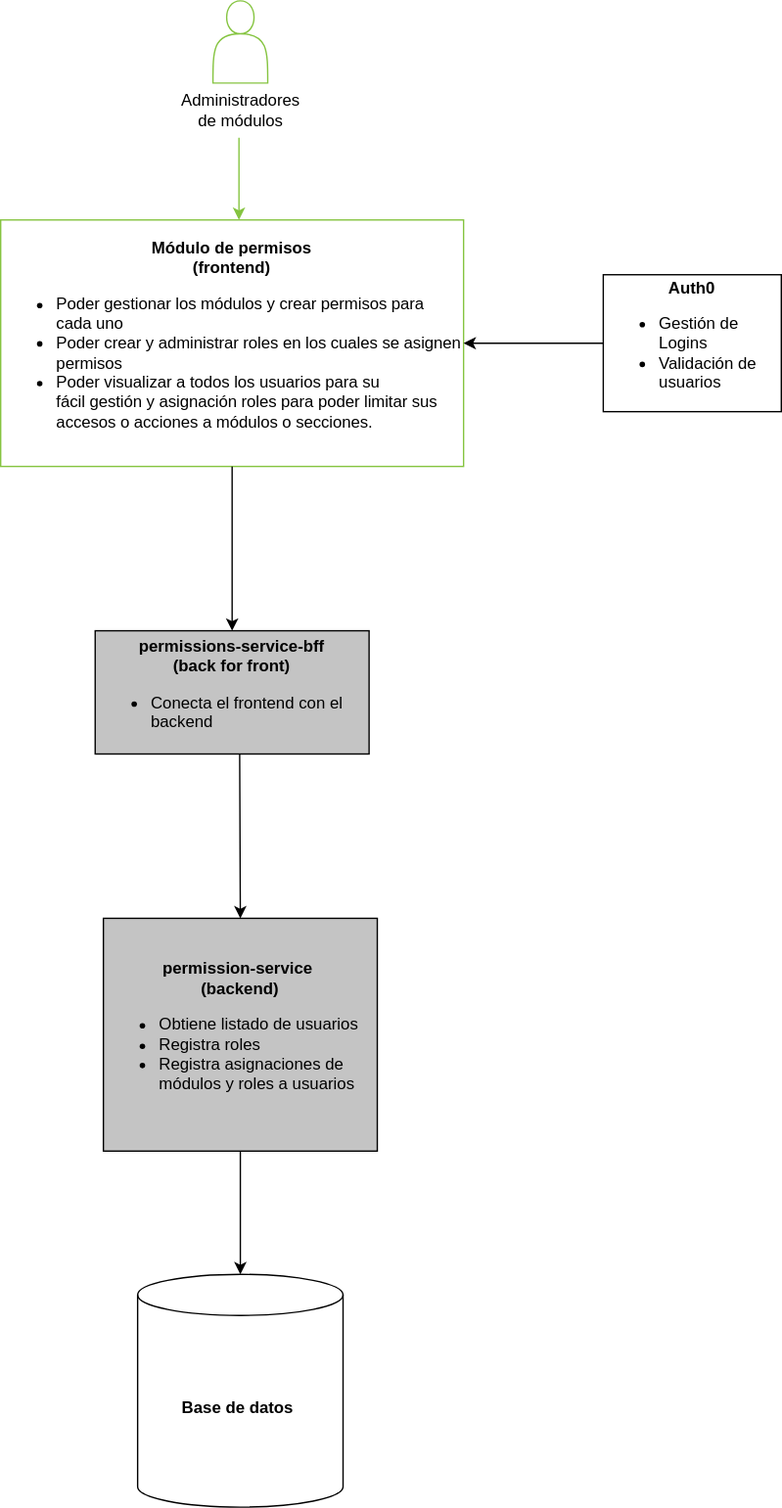
Before: Diagrama C2 Módulo de permisos.svg, a diagram exported from draw.io (dani99m/Diagramas). Source tidied: cells renumbered, new cells last; positions are measured from the earlier drawing's top-left corner, leaving out a move shared by most shapes.
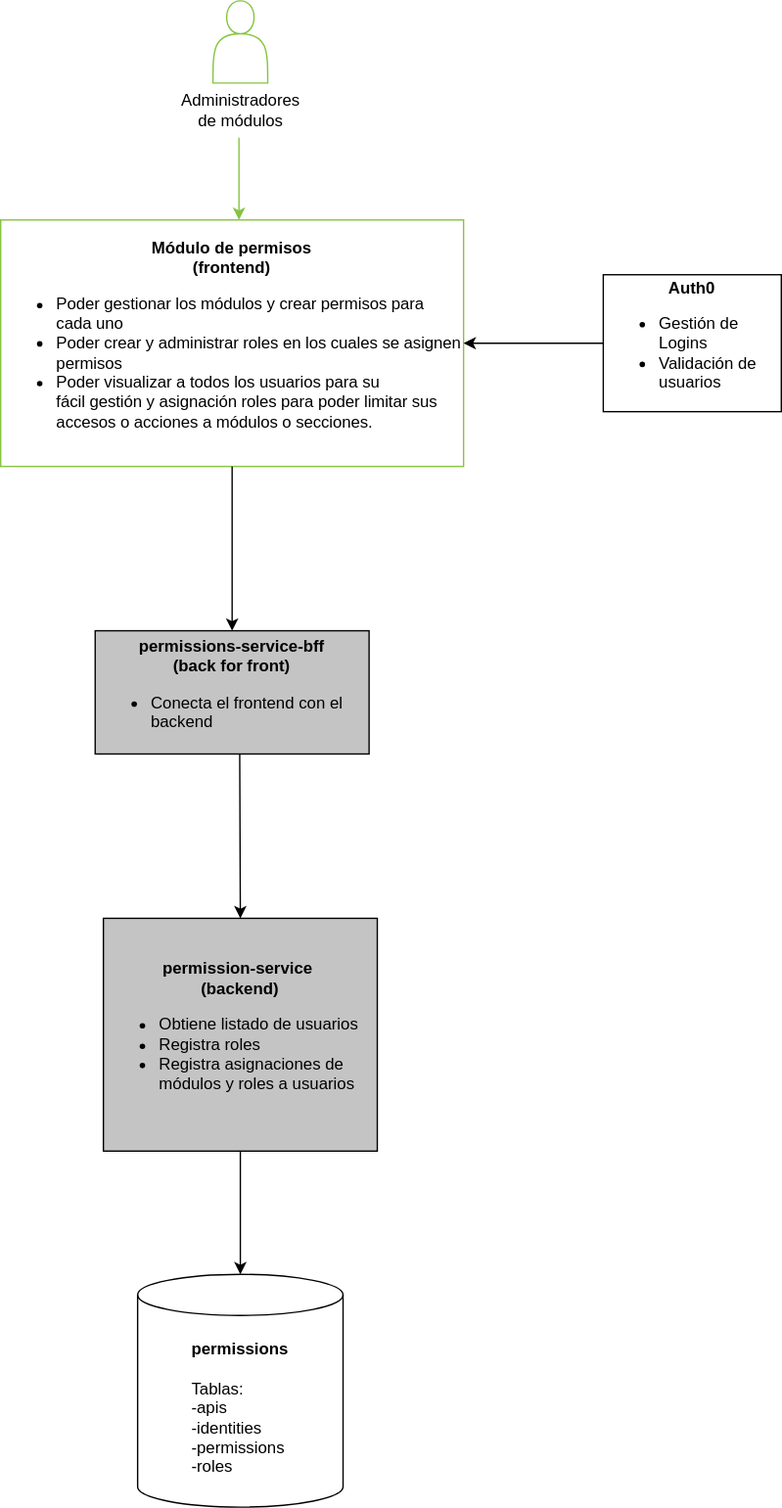
The same file after the commit.

The edit, as a diff of the source:
```diff
@@ -47,7 +47,7 @@
     <mxCell id="12" value="&lt;b&gt;permission-service&amp;nbsp;&lt;br&gt;(backend)&lt;/b&gt;&lt;br&gt;&lt;div style=&quot;text-align: left;&quot;&gt;&lt;ul&gt;&lt;li&gt;&lt;span style=&quot;background-color: initial;&quot;&gt;Obtiene listado de usuarios&lt;/span&gt;&lt;/li&gt;&lt;li&gt;Registra roles&lt;/li&gt;&lt;li&gt;Registra asignaciones de módulos y roles a usuarios&lt;/li&gt;&lt;/ul&gt;&lt;/div&gt;" style="rounded=0;whiteSpace=wrap;html=1;fillColor=#C4C4C4;" parent="1" vertex="1">
       <mxGeometry x="75" y="670" width="200" height="170" as="geometry" />
     </mxCell>
-    <mxCell id="13" value="&lt;b&gt;Base de datos&amp;nbsp;&lt;/b&gt;" style="shape=cylinder3;whiteSpace=wrap;html=1;boundedLbl=1;backgroundOutline=1;size=15;" parent="1" vertex="1">
+    <mxCell id="13" value="&lt;b&gt;permissions&lt;/b&gt;&lt;br&gt;&lt;br&gt;&lt;div style=&quot;text-align: left;&quot;&gt;&lt;span style=&quot;background-color: initial;&quot;&gt;Tablas:&lt;/span&gt;&lt;/div&gt;&lt;div style=&quot;text-align: left;&quot;&gt;&lt;span style=&quot;background-color: initial;&quot;&gt;-apis&lt;/span&gt;&lt;/div&gt;&lt;div style=&quot;text-align: left;&quot;&gt;&lt;span style=&quot;background-color: initial;&quot;&gt;-identities&lt;/span&gt;&lt;/div&gt;&lt;div style=&quot;text-align: left;&quot;&gt;&lt;span style=&quot;background-color: initial;&quot;&gt;-permissions&lt;/span&gt;&lt;/div&gt;&lt;div style=&quot;text-align: left;&quot;&gt;-roles&lt;/div&gt;" style="shape=cylinder3;whiteSpace=wrap;html=1;boundedLbl=1;backgroundOutline=1;size=15;" parent="1" vertex="1">
       <mxGeometry x="100" y="930" width="150" height="170" as="geometry" />
     </mxCell>
   </root>
```
